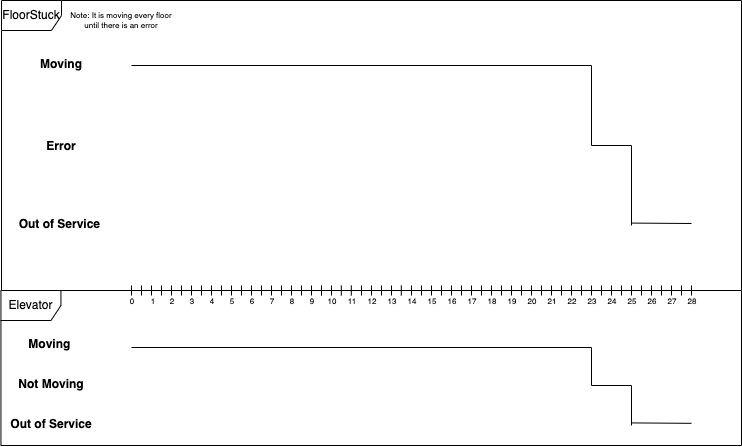
andy-ngo/SYSC3303_L4_G10 keeps this draw.io diagram as L4G10_milestone_5/Elevator_FloorStuck_TimingDiagram5.png. Above is the earlier version. Source tidied: cells renumbered, new cells last; positions are measured from the earlier drawing's top-left corner, leaving out a move shared by most shapes.
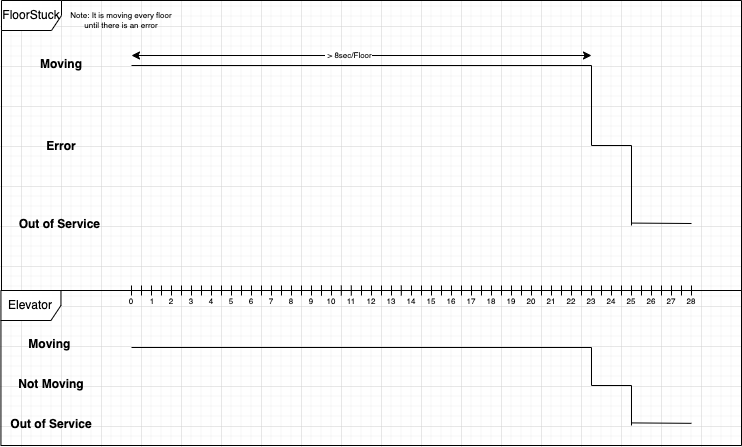
The same file after the commit.

Change to the diagram source:
```diff
@@ -530,5 +530,14 @@
         <mxPoint x="691" y="422.8" as="targetPoint" />
       </mxGeometry>
     </mxCell>
+    <mxCell id="107" style="endArrow=classic;startArrow=classic;html=1;rounded=0;fontSize=8;" parent="1" edge="1">
+      <mxGeometry relative="1" as="geometry">
+        <mxPoint x="131" y="55" as="sourcePoint" />
+        <mxPoint x="591" y="55" as="targetPoint" />
+      </mxGeometry>
+    </mxCell>
+    <mxCell id="108" value="&amp;nbsp;&amp;gt; 8sec/Floor" style="edgeLabel;html=1;align=center;verticalAlign=middle;fontSize=8;" parent="107" vertex="1">
+      <mxGeometry x="-0.06" relative="1" as="geometry" />
+    </mxCell>
   </root>
 </mxGraphModel>
```
